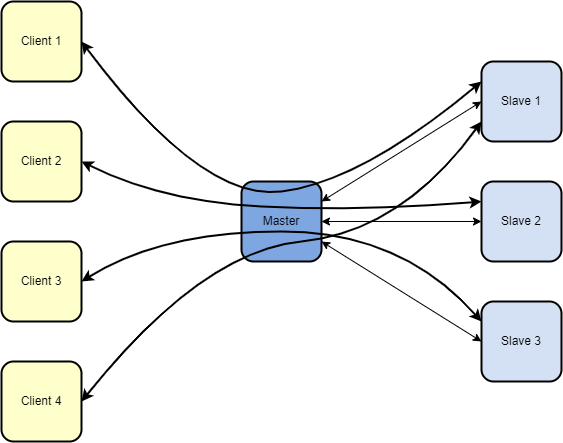
The draw.io diagram SchemaEtape3.drawio.png in Yalkann/ProjetFTP, before a commit. Source tidied: cells renumbered, new cells last; positions are measured from the earlier drawing's top-left corner, leaving out a move shared by most shapes.
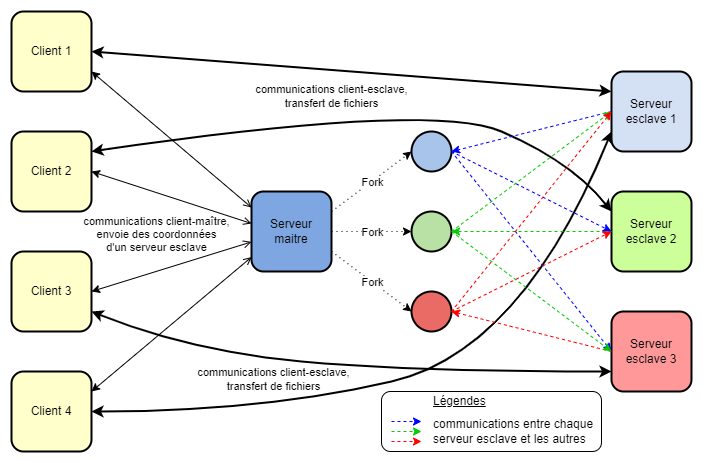
Above is the later version.

What changed in the source:
```diff
@@ -2,6 +2,9 @@
   <root>
     <mxCell id="0" />
     <mxCell id="1" parent="0" />
+    <mxCell id="17" style="rounded=1;whiteSpace=wrap;html=1;labelBackgroundColor=none;strokeWidth=1;fillColor=#FFFFFF;" parent="1" vertex="1">
+      <mxGeometry x="370" y="380" width="220" height="60" as="geometry" />
+    </mxCell>
     <mxCell id="2" value="Client 1" style="rounded=1;whiteSpace=wrap;html=1;shadow=0;sketch=0;strokeColor=default;strokeWidth=2;fillColor=#FFFFCC;gradientColor=none;" parent="1" vertex="1">
       <mxGeometry width="80" height="80" as="geometry" />
     </mxCell>
@@ -11,65 +14,152 @@
     <mxCell id="4" value="Client 3" style="rounded=1;whiteSpace=wrap;html=1;shadow=0;sketch=0;strokeColor=default;strokeWidth=2;fillColor=#FFFFCC;gradientColor=none;" parent="1" vertex="1">
       <mxGeometry y="240" width="80" height="80" as="geometry" />
     </mxCell>
-    <mxCell id="5" value="Master" style="rounded=1;whiteSpace=wrap;html=1;shadow=0;sketch=0;strokeColor=default;strokeWidth=2;fillColor=#7EA6E0;gradientColor=none;points=[[0,0,0,0,0],[0,0.25,0,0,0],[0,0.5,0,0,0],[0,0.75,0,0,0],[0,1,0,0,0],[0.25,0,0,0,0],[0.25,1,0,0,0],[0.5,0,0,0,0],[0.5,1,0,0,0],[0.75,0,0,0,0],[0.75,1,0,0,0],[1,0,0,0,0],[1,0.25,0,0,0],[1,0.5,0,0,0],[1,0.75,0,0,0],[1,1,0,0,0]];" parent="1" vertex="1">
+    <mxCell id="5" value="Serveur maitre" style="rounded=1;whiteSpace=wrap;html=1;shadow=0;sketch=0;strokeColor=default;strokeWidth=2;fillColor=#7EA6E0;gradientColor=none;points=[[0,0,0,0,0],[0,0.2,0,0,0],[0,0.4,0,0,0],[0,0.6,0,0,0],[0,0.8,0,0,0],[0,1,0,0,0],[0.25,0,0,0,0],[0.25,1,0,0,0],[0.5,0,0,0,0],[0.5,1,0,0,0],[0.75,0,0,0,0],[0.75,1,0,0,0],[1,0,0,0,0],[1,0.25,0,0,0],[1,0.5,0,0,0],[1,0.75,0,0,0],[1,1,0,0,0]];" parent="1" vertex="1">
       <mxGeometry x="240" y="180" width="80" height="80" as="geometry" />
     </mxCell>
-    <mxCell id="6" value="Slave 1" style="rounded=1;whiteSpace=wrap;html=1;shadow=0;sketch=0;strokeColor=default;strokeWidth=2;fillColor=#D4E1F5;gradientColor=none;" parent="1" vertex="1">
-      <mxGeometry x="480" y="60" width="80" height="80" as="geometry" />
+    <mxCell id="6" value="Serveur esclave 1" style="rounded=1;whiteSpace=wrap;html=1;shadow=0;sketch=0;strokeColor=default;strokeWidth=2;fillColor=#D4E1F5;gradientColor=none;" parent="1" vertex="1">
+      <mxGeometry x="600" y="60" width="80" height="80" as="geometry" />
     </mxCell>
-    <mxCell id="7" value="Slave 2" style="rounded=1;whiteSpace=wrap;html=1;shadow=0;sketch=0;strokeColor=default;strokeWidth=2;fillColor=#D4E1F5;gradientColor=none;" parent="1" vertex="1">
-      <mxGeometry x="480" y="180" width="80" height="80" as="geometry" />
+    <mxCell id="7" value="Serveur esclave 2" style="rounded=1;whiteSpace=wrap;html=1;shadow=0;sketch=0;strokeColor=default;strokeWidth=2;fillColor=#CCFF99;gradientColor=none;" parent="1" vertex="1">
+      <mxGeometry x="600" y="180" width="80" height="80" as="geometry" />
     </mxCell>
-    <mxCell id="8" style="endArrow=classic;html=1;rounded=0;strokeColor=default;strokeWidth=1;curved=1;entryX=0;entryY=0.5;entryDx=0;entryDy=0;startArrow=classic;startFill=1;" parent="1" edge="1" target="6">
-      <mxGeometry relative="1" as="geometry">
-        <mxPoint x="320" y="200" as="sourcePoint" />
-      </mxGeometry>
-    </mxCell>
-    <mxCell id="9" style="endArrow=classic;html=1;rounded=0;strokeColor=default;strokeWidth=1;curved=1;entryX=0;entryY=0.5;entryDx=0;entryDy=0;startArrow=classic;startFill=1;" parent="1" edge="1" target="7">
-      <mxGeometry relative="1" as="geometry">
-        <mxPoint x="320" y="220" as="sourcePoint" />
-      </mxGeometry>
-    </mxCell>
-    <mxCell id="10" style="curved=1;endArrow=classic;html=1;rounded=0;strokeColor=default;strokeWidth=2;exitX=1;exitY=0.5;exitDx=0;exitDy=0;entryX=0;entryY=0.25;entryDx=0;entryDy=0;startArrow=classic;startFill=1;" parent="1" edge="1" source="2" target="6">
-      <mxGeometry relative="1" as="geometry">
-        <Array as="points">
-          <mxPoint x="200" y="200" />
-          <mxPoint x="360" y="180" />
-        </Array>
-      </mxGeometry>
-    </mxCell>
+    <mxCell id="13" value="Serveur esclave 3" style="rounded=1;whiteSpace=wrap;html=1;shadow=0;sketch=0;strokeColor=default;strokeWidth=2;fillColor=#FF9999;gradientColor=none;" parent="1" vertex="1">
+      <mxGeometry x="600" y="300" width="80" height="80" as="geometry" />
+    </mxCell>
+    <mxCell id="15" value="Client 4" style="rounded=1;whiteSpace=wrap;html=1;shadow=0;sketch=0;strokeColor=default;strokeWidth=2;fillColor=#FFFFCC;gradientColor=none;" parent="1" vertex="1">
+      <mxGeometry y="360" width="80" height="80" as="geometry" />
+    </mxCell>
+    <mxCell id="18" style="endArrow=classic;html=1;rounded=0;entryX=1;entryY=0.75;entryDx=0;entryDy=0;startArrow=open;startFill=0;exitX=0;exitY=0.2;exitDx=0;exitDy=0;exitPerimeter=0;endFill=1;" parent="1" edge="1" source="5" target="2">
+      <mxGeometry relative="1" as="geometry" />
+    </mxCell>
+    <mxCell id="19" style="endArrow=open;html=1;rounded=0;exitX=1;exitY=0.5;exitDx=0;exitDy=0;entryX=0;entryY=0.4;entryDx=0;entryDy=0;entryPerimeter=0;endFill=0;startArrow=classic;startFill=1;" parent="1" edge="1" source="3" target="5">
+      <mxGeometry relative="1" as="geometry" />
+    </mxCell>
+    <mxCell id="20" style="endArrow=classic;html=1;rounded=0;entryX=1;entryY=0.5;entryDx=0;entryDy=0;exitX=0;exitY=0.63;exitDx=0;exitDy=0;exitPerimeter=0;startArrow=open;startFill=0;" parent="1" edge="1" source="5" target="4">
+      <mxGeometry relative="1" as="geometry" />
+    </mxCell>
+    <mxCell id="21" style="endArrow=classic;html=1;rounded=0;entryX=1;entryY=0.25;entryDx=0;entryDy=0;exitX=0;exitY=0.82;exitDx=0;exitDy=0;exitPerimeter=0;startArrow=open;startFill=0;" parent="1" edge="1" source="5" target="15">
+      <mxGeometry relative="1" as="geometry" />
+    </mxCell>
+    <mxCell id="22" style="endArrow=classic;html=1;rounded=0;entryX=1;entryY=0.5;entryDx=0;entryDy=0;exitX=0;exitY=0.25;exitDx=0;exitDy=0;strokeWidth=2;startArrow=classic;startFill=1;" parent="1" edge="1" source="6" target="2">
+      <mxGeometry relative="1" as="geometry" />
+    </mxCell>
+    <mxCell id="23" value="communications&amp;nbsp;client-esclave,&lt;br&gt;transfert de fichiers" style="edgeLabel;html=1;align=center;verticalAlign=middle;labelBackgroundColor=none;" parent="22" vertex="1">
+      <mxGeometry x="0.25" relative="1" as="geometry">
+        <mxPoint x="46" y="30" as="offset" />
+      </mxGeometry>
+    </mxCell>
-    <mxCell id="11" style="curved=1;endArrow=classic;html=1;rounded=0;strokeColor=default;strokeWidth=2;exitX=1;exitY=0.5;exitDx=0;exitDy=0;entryX=0;entryY=0.25;entryDx=0;entryDy=0;startArrow=classic;startFill=1;" parent="1" edge="1" source="3" target="7">
+    <mxCell id="11" style="curved=1;endArrow=classic;html=1;rounded=0;strokeWidth=2;exitX=1;exitY=0.25;exitDx=0;exitDy=0;entryX=0;entryY=0.25;entryDx=0;entryDy=0;startArrow=classic;startFill=1;" parent="1" edge="1" source="3" target="7">
       <mxGeometry relative="1" as="geometry">
         <Array as="points">
-          <mxPoint x="160" y="200" />
-          <mxPoint x="360" y="210" />
+          <mxPoint x="420" y="90" />
+          <mxPoint x="560" y="150" />
         </Array>
       </mxGeometry>
     </mxCell>
+    <mxCell id="16" style="curved=1;endArrow=classic;html=1;rounded=0;strokeWidth=2;exitX=1;exitY=0.5;exitDx=0;exitDy=0;entryX=0;entryY=0.75;entryDx=0;entryDy=0;startArrow=classic;startFill=1;" parent="1" edge="1" source="15" target="6">
+      <mxGeometry relative="1" as="geometry">
+        <Array as="points">
+          <mxPoint x="250" y="400" />
+          <mxPoint x="510" y="340" />
+        </Array>
+      </mxGeometry>
+    </mxCell>
+    <mxCell id="24" style="ellipse;whiteSpace=wrap;html=1;fillColor=#B9E0A5;strokeWidth=2;" parent="1" vertex="1">
+      <mxGeometry x="400" y="200" width="40" height="40" as="geometry" />
+    </mxCell>
+    <mxCell id="25" style="ellipse;whiteSpace=wrap;html=1;fillColor=#A9C4EB;strokeWidth=2;" parent="1" vertex="1">
+      <mxGeometry x="400" y="120" width="40" height="40" as="geometry" />
+    </mxCell>
+    <mxCell id="26" style="ellipse;whiteSpace=wrap;html=1;fillColor=#EA6B66;strokeWidth=2;" parent="1" vertex="1">
+      <mxGeometry x="400" y="280" width="40" height="40" as="geometry" />
+    </mxCell>
+    <mxCell id="27" style="endArrow=classic;html=1;rounded=0;strokeWidth=1;entryX=0;entryY=0.5;entryDx=0;entryDy=0;exitX=1;exitY=0.25;exitDx=0;exitDy=0;exitPerimeter=0;dashed=1;dashPattern=1 4;" parent="1" edge="1" source="5" target="25">
+      <mxGeometry relative="1" as="geometry" />
+    </mxCell>
+    <mxCell id="28" style="endArrow=classic;html=1;rounded=0;dashed=1;dashPattern=1 4;strokeWidth=1;entryX=0;entryY=0.5;entryDx=0;entryDy=0;exitX=1;exitY=0.5;exitDx=0;exitDy=0;exitPerimeter=0;" parent="1" edge="1" source="5" target="24">
+      <mxGeometry relative="1" as="geometry" />
+    </mxCell>
+    <mxCell id="29" value="Fork" style="edgeLabel;html=1;align=center;verticalAlign=middle;" parent="28" vertex="1">
+      <mxGeometry x="-0.42" y="1" relative="1" as="geometry">
+        <mxPoint x="17" y="1" as="offset" />
+      </mxGeometry>
+    </mxCell>
+    <mxCell id="30" style="endArrow=classic;html=1;rounded=0;dashed=1;dashPattern=1 4;strokeWidth=1;entryX=0;entryY=0.5;entryDx=0;entryDy=0;exitX=1;exitY=0.75;exitDx=0;exitDy=0;exitPerimeter=0;" parent="1" edge="1" source="5" target="26">
+      <mxGeometry relative="1" as="geometry" />
+    </mxCell>
+    <mxCell id="31" style="endArrow=classic;html=1;rounded=0;dashed=1;strokeWidth=1;entryX=1;entryY=0.5;entryDx=0;entryDy=0;exitX=0;exitY=0.5;exitDx=0;exitDy=0;strokeColor=#0000FF;" parent="1" edge="1" source="6" target="25">
+      <mxGeometry relative="1" as="geometry" />
+    </mxCell>
-    <mxCell id="12" style="curved=1;endArrow=classic;html=1;rounded=0;strokeColor=default;strokeWidth=2;exitX=1;exitY=0.5;exitDx=0;exitDy=0;entryX=0;entryY=0.25;entryDx=0;entryDy=0;startArrow=classic;startFill=1;" parent="1" edge="1" source="4" target="13">
+    <mxCell id="12" style="curved=1;endArrow=classic;html=1;rounded=0;strokeWidth=2;exitX=1;exitY=0.75;exitDx=0;exitDy=0;entryX=0;entryY=0.75;entryDx=0;entryDy=0;startArrow=classic;startFill=1;" parent="1" edge="1" source="4" target="13">
       <mxGeometry relative="1" as="geometry">
         <Array as="points">
-          <mxPoint x="160" y="230" />
-          <mxPoint x="400" y="230" />
+          <mxPoint x="180" y="340" />
+          <mxPoint x="400" y="360" />
         </Array>
       </mxGeometry>
     </mxCell>
-    <mxCell id="13" value="Slave 3" style="rounded=1;whiteSpace=wrap;html=1;shadow=0;sketch=0;strokeColor=default;strokeWidth=2;fillColor=#D4E1F5;gradientColor=none;" parent="1" vertex="1">
-      <mxGeometry x="480" y="300" width="80" height="80" as="geometry" />
-    </mxCell>
-    <mxCell id="14" style="endArrow=classic;html=1;rounded=0;strokeColor=default;strokeWidth=1;curved=1;exitX=1;exitY=0.75;exitDx=0;exitDy=0;entryX=0;entryY=0.5;entryDx=0;entryDy=0;startArrow=classic;startFill=1;exitPerimeter=0;" parent="1" edge="1" source="5" target="13">
-      <mxGeometry relative="1" as="geometry" />
-    </mxCell>
-    <mxCell id="15" value="Client 4" style="rounded=1;whiteSpace=wrap;html=1;shadow=0;sketch=0;strokeColor=default;strokeWidth=2;fillColor=#FFFFCC;gradientColor=none;" parent="1" vertex="1">
-      <mxGeometry y="360" width="80" height="80" as="geometry" />
-    </mxCell>
-    <mxCell id="16" style="curved=1;endArrow=classic;html=1;rounded=0;strokeColor=default;strokeWidth=2;exitX=1;exitY=0.5;exitDx=0;exitDy=0;entryX=0;entryY=0.75;entryDx=0;entryDy=0;startArrow=classic;startFill=1;" parent="1" edge="1" source="15" target="6">
-      <mxGeometry relative="1" as="geometry">
-        <Array as="points">
-          <mxPoint x="200" y="250" />
-          <mxPoint x="400" y="230" />
-        </Array>
-      </mxGeometry>
-    </mxCell>
+    <mxCell id="32" style="endArrow=classic;html=1;rounded=0;dashed=1;strokeWidth=1;entryX=1;entryY=0.5;entryDx=0;entryDy=0;exitX=0;exitY=0.5;exitDx=0;exitDy=0;strokeColor=#00CC00;" parent="1" edge="1" source="7" target="24">
+      <mxGeometry relative="1" as="geometry" />
+    </mxCell>
+    <mxCell id="33" style="endArrow=classic;html=1;rounded=0;dashed=1;strokeWidth=1;entryX=1;entryY=0.5;entryDx=0;entryDy=0;exitX=0;exitY=0.5;exitDx=0;exitDy=0;strokeColor=#FF0000;" parent="1" edge="1" source="13" target="26">
+      <mxGeometry relative="1" as="geometry" />
+    </mxCell>
+    <mxCell id="34" style="endArrow=classic;html=1;rounded=0;dashed=1;strokeWidth=1;exitX=1;exitY=0.5;exitDx=0;exitDy=0;entryX=0;entryY=0.5;entryDx=0;entryDy=0;strokeColor=#0000FF;" parent="1" edge="1" source="25" target="7">
+      <mxGeometry relative="1" as="geometry" />
+    </mxCell>
+    <mxCell id="35" style="endArrow=classic;html=1;rounded=0;dashed=1;strokeWidth=1;exitX=1;exitY=0.5;exitDx=0;exitDy=0;entryX=0;entryY=0.5;entryDx=0;entryDy=0;strokeColor=#0000FF;" parent="1" edge="1" source="25" target="13">
+      <mxGeometry relative="1" as="geometry" />
+    </mxCell>
+    <mxCell id="36" style="endArrow=classic;html=1;rounded=0;dashed=1;strokeWidth=1;entryX=0;entryY=0.5;entryDx=0;entryDy=0;exitX=1;exitY=0.5;exitDx=0;exitDy=0;strokeColor=#00CC00;" parent="1" edge="1" source="24" target="6">
+      <mxGeometry relative="1" as="geometry" />
+    </mxCell>
+    <mxCell id="37" style="endArrow=classic;html=1;rounded=0;dashed=1;strokeWidth=1;entryX=0;entryY=0.5;entryDx=0;entryDy=0;exitX=1;exitY=0.5;exitDx=0;exitDy=0;strokeColor=#00CC00;" parent="1" edge="1" source="24" target="13">
+      <mxGeometry relative="1" as="geometry" />
+    </mxCell>
+    <mxCell id="38" style="endArrow=classic;html=1;rounded=0;dashed=1;strokeWidth=1;entryX=0;entryY=0.5;entryDx=0;entryDy=0;exitX=1;exitY=0.5;exitDx=0;exitDy=0;strokeColor=#FF0000;" parent="1" edge="1" source="26" target="6">
+      <mxGeometry relative="1" as="geometry" />
+    </mxCell>
+    <mxCell id="39" style="endArrow=classic;html=1;rounded=0;dashed=1;strokeWidth=1;entryX=0;entryY=0.5;entryDx=0;entryDy=0;exitX=1;exitY=0.5;exitDx=0;exitDy=0;strokeColor=#FF0000;" parent="1" edge="1" source="26" target="7">
+      <mxGeometry relative="1" as="geometry" />
+    </mxCell>
+    <mxCell id="40" value="communications client-maître,&lt;br&gt;envoie des coordonnées&lt;br&gt;d'un serveur esclave" style="edgeLabel;html=1;align=center;verticalAlign=middle;labelBackgroundColor=none;" parent="1" vertex="1">
+      <mxGeometry x="160" y="220" as="geometry">
+        <mxPoint x="-16" y="2" as="offset" />
+      </mxGeometry>
+    </mxCell>
+    <mxCell id="41" value="communications&amp;nbsp;client-esclave,&lt;br&gt;transfert de fichiers" style="edgeLabel;html=1;align=center;verticalAlign=middle;labelBackgroundColor=none;" parent="1" vertex="1">
+      <mxGeometry x="261" y="367" as="geometry" />
+    </mxCell>
+    <mxCell id="42" value="Fork" style="edgeLabel;html=1;align=center;verticalAlign=middle;" parent="1" vertex="1">
+      <mxGeometry x="360" y="170" as="geometry" />
+    </mxCell>
+    <mxCell id="43" value="Fork" style="edgeLabel;html=1;align=center;verticalAlign=middle;" parent="1" vertex="1">
+      <mxGeometry x="360" y="270" as="geometry" />
+    </mxCell>
+    <mxCell id="44" style="endArrow=classic;html=1;rounded=0;dashed=1;strokeColor=#0000FF;strokeWidth=1;" parent="1" edge="1">
+      <mxGeometry relative="1" as="geometry">
+        <mxPoint x="380" y="410" as="sourcePoint" />
+        <mxPoint x="410" y="410" as="targetPoint" />
+      </mxGeometry>
+    </mxCell>
+    <mxCell id="45" style="endArrow=classic;html=1;rounded=0;dashed=1;strokeColor=#00CC00;strokeWidth=1;" parent="1" edge="1">
+      <mxGeometry relative="1" as="geometry">
+        <mxPoint x="380" y="420" as="sourcePoint" />
+        <mxPoint x="410" y="420" as="targetPoint" />
+      </mxGeometry>
+    </mxCell>
+    <mxCell id="46" style="endArrow=classic;html=1;rounded=0;dashed=1;strokeColor=#FF0000;strokeWidth=1;" parent="1" edge="1">
+      <mxGeometry relative="1" as="geometry">
+        <mxPoint x="380" y="430" as="sourcePoint" />
+        <mxPoint x="410" y="430" as="targetPoint" />
+      </mxGeometry>
+    </mxCell>
+    <mxCell id="47" value="communications entre chaque serveur esclave et les autres" style="text;html=1;strokeColor=none;fillColor=none;align=left;verticalAlign=middle;whiteSpace=wrap;rounded=0;labelBackgroundColor=none;" parent="1" vertex="1">
+      <mxGeometry x="420" y="400" width="170" height="40" as="geometry" />
+    </mxCell>
+    <mxCell id="48" value="&lt;u&gt;Légendes&lt;/u&gt;" style="text;html=1;strokeColor=none;fillColor=none;align=left;verticalAlign=middle;whiteSpace=wrap;rounded=0;labelBackgroundColor=none;" parent="1" vertex="1">
+      <mxGeometry x="420" y="380" width="140" height="20" as="geometry" />
+    </mxCell>
   </root>
 </mxGraphModel>
```
